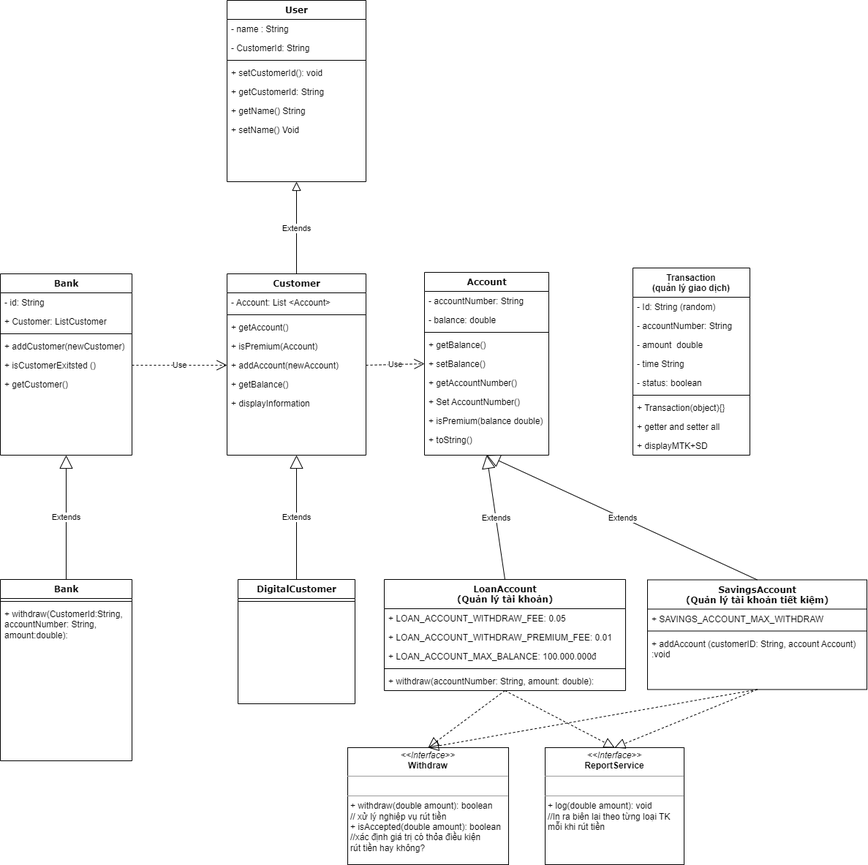
Earlier version of the draw.io export Asm03.drawio.png (NvTra/class-assment). Source tidied: cells renumbered, new cells last; positions are measured from the earlier drawing's top-left corner, leaving out a move shared by most shapes.
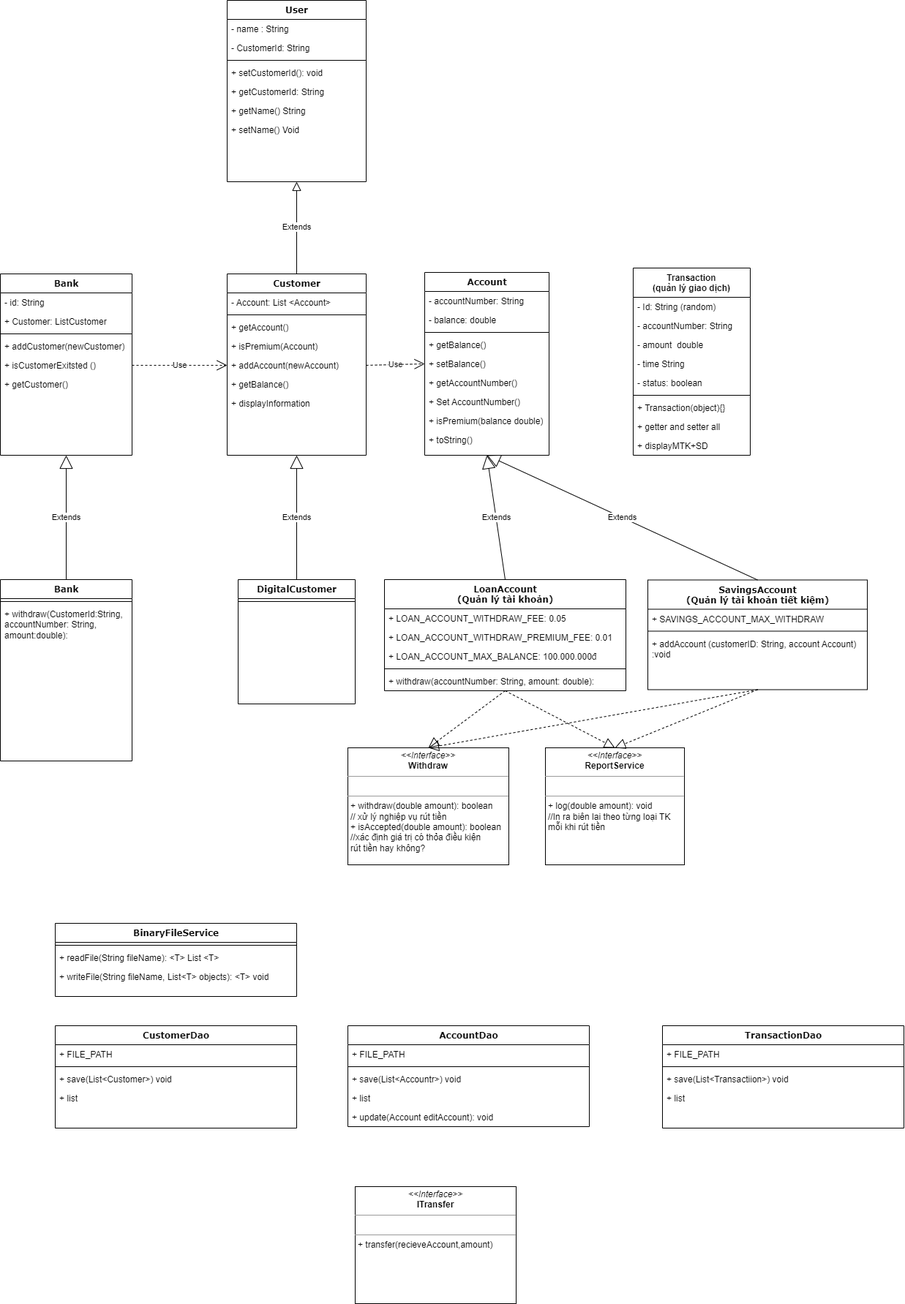
The same file after the commit.

The edit, as a diff of the source:
```diff
@@ -215,5 +215,68 @@
     <mxCell id="72" value="+ displayMTK+SD" style="text;strokeColor=none;fillColor=none;align=left;verticalAlign=top;spacingLeft=4;spacingRight=4;overflow=hidden;whiteSpace=wrap;html=1;" parent="63" vertex="1">
       <mxGeometry y="230" width="160" height="26" as="geometry" />
     </mxCell>
+    <mxCell id="73" value="BinaryFileService" style="swimlane;html=1;fontStyle=1;align=center;verticalAlign=top;horizontal=1;startSize=26;swimlaneFillColor=#ffffff;rounded=0;shadow=0;comic=0;labelBackgroundColor=none;strokeWidth=1;fillColor=none;fontFamily=Verdana;fontSize=12;" parent="1" vertex="1">
+      <mxGeometry x="75" y="1262" width="330" height="100" as="geometry" />
+    </mxCell>
+    <mxCell id="74" style="line;html=1;strokeWidth=1;fillColor=none;align=left;verticalAlign=middle;spacingTop=-1;spacingLeft=3;spacingRight=3;labelPosition=right;" parent="73" vertex="1">
+      <mxGeometry y="26" width="330" height="8" as="geometry" />
+    </mxCell>
+    <mxCell id="75" value="+ readFile(String fileName): &amp;lt;T&amp;gt; List &amp;lt;T&amp;gt;" style="text;html=1;strokeColor=none;fillColor=none;align=left;verticalAlign=top;spacingLeft=4;spacingRight=4;whiteSpace=wrap;overflow=hidden;" parent="73" vertex="1">
+      <mxGeometry y="34" width="330" height="26" as="geometry" />
+    </mxCell>
+    <mxCell id="76" value="+ writeFile(String fileName, List&amp;lt;T&amp;gt; objects): &amp;lt;T&amp;gt; void" style="text;html=1;strokeColor=none;fillColor=none;align=left;verticalAlign=top;spacingLeft=4;spacingRight=4;whiteSpace=wrap;overflow=hidden;" parent="73" vertex="1">
+      <mxGeometry y="60" width="330" height="26" as="geometry" />
+    </mxCell>
+    <mxCell id="77" value="CustomerDao" style="swimlane;html=1;fontStyle=1;align=center;verticalAlign=top;horizontal=1;startSize=26;swimlaneFillColor=#ffffff;rounded=0;shadow=0;comic=0;labelBackgroundColor=none;strokeWidth=1;fillColor=none;fontFamily=Verdana;fontSize=12;" parent="1" vertex="1">
+      <mxGeometry x="75" y="1402" width="330" height="140" as="geometry" />
+    </mxCell>
+    <mxCell id="78" value="+ FILE_PATH" style="text;html=1;strokeColor=none;fillColor=none;align=left;verticalAlign=top;spacingLeft=4;spacingRight=4;whiteSpace=wrap;overflow=hidden;" parent="77" vertex="1">
+      <mxGeometry y="26" width="330" height="26" as="geometry" />
+    </mxCell>
+    <mxCell id="79" style="line;html=1;strokeWidth=1;fillColor=none;align=left;verticalAlign=middle;spacingTop=-1;spacingLeft=3;spacingRight=3;labelPosition=right;" parent="77" vertex="1">
+      <mxGeometry y="52" width="330" height="8" as="geometry" />
+    </mxCell>
+    <mxCell id="80" value="+ save(List&amp;lt;Customer&amp;gt;) void" style="text;html=1;strokeColor=none;fillColor=none;align=left;verticalAlign=top;spacingLeft=4;spacingRight=4;whiteSpace=wrap;overflow=hidden;" parent="77" vertex="1">
+      <mxGeometry y="60" width="330" height="26" as="geometry" />
+    </mxCell>
+    <mxCell id="81" value="+ list" style="text;html=1;strokeColor=none;fillColor=none;align=left;verticalAlign=top;spacingLeft=4;spacingRight=4;whiteSpace=wrap;overflow=hidden;" parent="77" vertex="1">
+      <mxGeometry y="86" width="330" height="26" as="geometry" />
+    </mxCell>
+    <mxCell id="82" value="AccountDao" style="swimlane;html=1;fontStyle=1;align=center;verticalAlign=top;horizontal=1;startSize=26;swimlaneFillColor=#ffffff;rounded=0;shadow=0;comic=0;labelBackgroundColor=none;strokeWidth=1;fillColor=none;fontFamily=Verdana;fontSize=12;" parent="1" vertex="1">
+      <mxGeometry x="475" y="1402" width="330" height="138" as="geometry" />
+    </mxCell>
+    <mxCell id="83" value="+ FILE_PATH" style="text;html=1;strokeColor=none;fillColor=none;align=left;verticalAlign=top;spacingLeft=4;spacingRight=4;whiteSpace=wrap;overflow=hidden;" parent="82" vertex="1">
+      <mxGeometry y="26" width="330" height="26" as="geometry" />
+    </mxCell>
+    <mxCell id="84" style="line;html=1;strokeWidth=1;fillColor=none;align=left;verticalAlign=middle;spacingTop=-1;spacingLeft=3;spacingRight=3;labelPosition=right;" parent="82" vertex="1">
+      <mxGeometry y="52" width="330" height="8" as="geometry" />
+    </mxCell>
+    <mxCell id="85" value="+ save(List&amp;lt;Accountr&amp;gt;) void" style="text;html=1;strokeColor=none;fillColor=none;align=left;verticalAlign=top;spacingLeft=4;spacingRight=4;whiteSpace=wrap;overflow=hidden;" parent="82" vertex="1">
+      <mxGeometry y="60" width="330" height="26" as="geometry" />
+    </mxCell>
+    <mxCell id="86" value="+ list" style="text;html=1;strokeColor=none;fillColor=none;align=left;verticalAlign=top;spacingLeft=4;spacingRight=4;whiteSpace=wrap;overflow=hidden;" parent="82" vertex="1">
+      <mxGeometry y="86" width="330" height="26" as="geometry" />
+    </mxCell>
+    <mxCell id="87" value="+ update(Account editAccount): void" style="text;html=1;strokeColor=none;fillColor=none;align=left;verticalAlign=top;spacingLeft=4;spacingRight=4;whiteSpace=wrap;overflow=hidden;" parent="82" vertex="1">
+      <mxGeometry y="112" width="330" height="26" as="geometry" />
+    </mxCell>
+    <mxCell id="88" value="TransactionDao" style="swimlane;html=1;fontStyle=1;align=center;verticalAlign=top;horizontal=1;startSize=26;swimlaneFillColor=#ffffff;rounded=0;shadow=0;comic=0;labelBackgroundColor=none;strokeWidth=1;fillColor=none;fontFamily=Verdana;fontSize=12;" parent="1" vertex="1">
+      <mxGeometry x="905" y="1402" width="330" height="140" as="geometry" />
+    </mxCell>
+    <mxCell id="89" value="+ FILE_PATH" style="text;html=1;strokeColor=none;fillColor=none;align=left;verticalAlign=top;spacingLeft=4;spacingRight=4;whiteSpace=wrap;overflow=hidden;" parent="88" vertex="1">
+      <mxGeometry y="26" width="330" height="26" as="geometry" />
+    </mxCell>
+    <mxCell id="90" style="line;html=1;strokeWidth=1;fillColor=none;align=left;verticalAlign=middle;spacingTop=-1;spacingLeft=3;spacingRight=3;labelPosition=right;" parent="88" vertex="1">
+      <mxGeometry y="52" width="330" height="8" as="geometry" />
+    </mxCell>
+    <mxCell id="91" value="+ save(List&amp;lt;Transactiion&amp;gt;) void" style="text;html=1;strokeColor=none;fillColor=none;align=left;verticalAlign=top;spacingLeft=4;spacingRight=4;whiteSpace=wrap;overflow=hidden;" parent="88" vertex="1">
+      <mxGeometry y="60" width="330" height="26" as="geometry" />
+    </mxCell>
+    <mxCell id="92" value="+ list" style="text;html=1;strokeColor=none;fillColor=none;align=left;verticalAlign=top;spacingLeft=4;spacingRight=4;whiteSpace=wrap;overflow=hidden;" parent="88" vertex="1">
+      <mxGeometry y="86" width="330" height="26" as="geometry" />
+    </mxCell>
+    <mxCell id="93" value="&lt;p style=&quot;margin:0px;margin-top:4px;text-align:center;&quot;&gt;&lt;i&gt;&amp;lt;&amp;lt;Interface&amp;gt;&amp;gt;&lt;/i&gt;&lt;br&gt;&lt;b&gt;ITransfer&lt;/b&gt;&lt;/p&gt;&lt;hr size=&quot;1&quot;&gt;&lt;p style=&quot;margin:0px;margin-left:4px;&quot;&gt;&lt;br&gt;&lt;/p&gt;&lt;hr size=&quot;1&quot;&gt;&lt;p style=&quot;margin:0px;margin-left:4px;&quot;&gt;+ transfer(recieveAccount,amount)&lt;/p&gt;" style="verticalAlign=top;align=left;overflow=fill;fontSize=12;fontFamily=Helvetica;html=1;rounded=0;shadow=0;comic=0;labelBackgroundColor=none;strokeWidth=1;" parent="1" vertex="1">
+      <mxGeometry x="485" y="1622" width="220" height="160" as="geometry" />
+    </mxCell>
   </root>
 </mxGraphModel>
```
